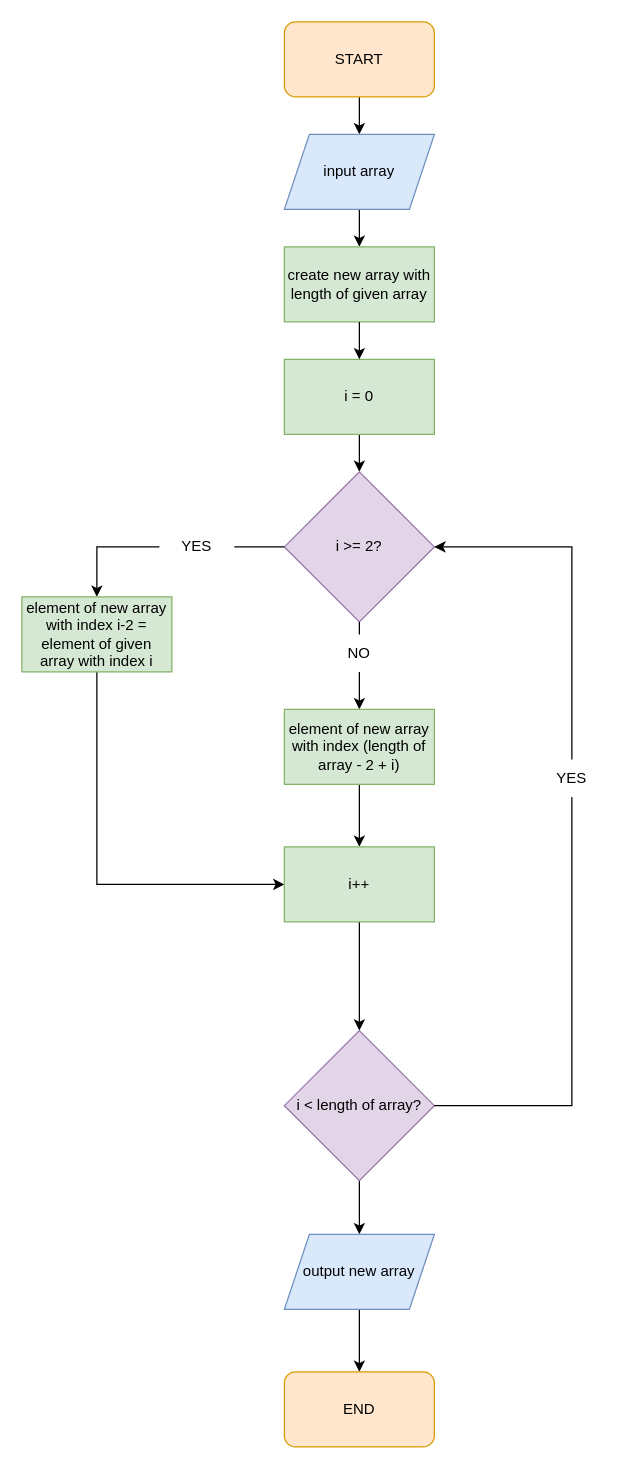
Earlier version of the draw.io diagram Untitled Diagram.drawio (fayto/HW2). Source tidied: cells renumbered, new cells numbered last; positions are measured from the earlier drawing's top-left corner, leaving out a move shared by most shapes. Both pictures are drawn from the tidied source at 125%, with x=0, y=0 at pixel (21, 21).
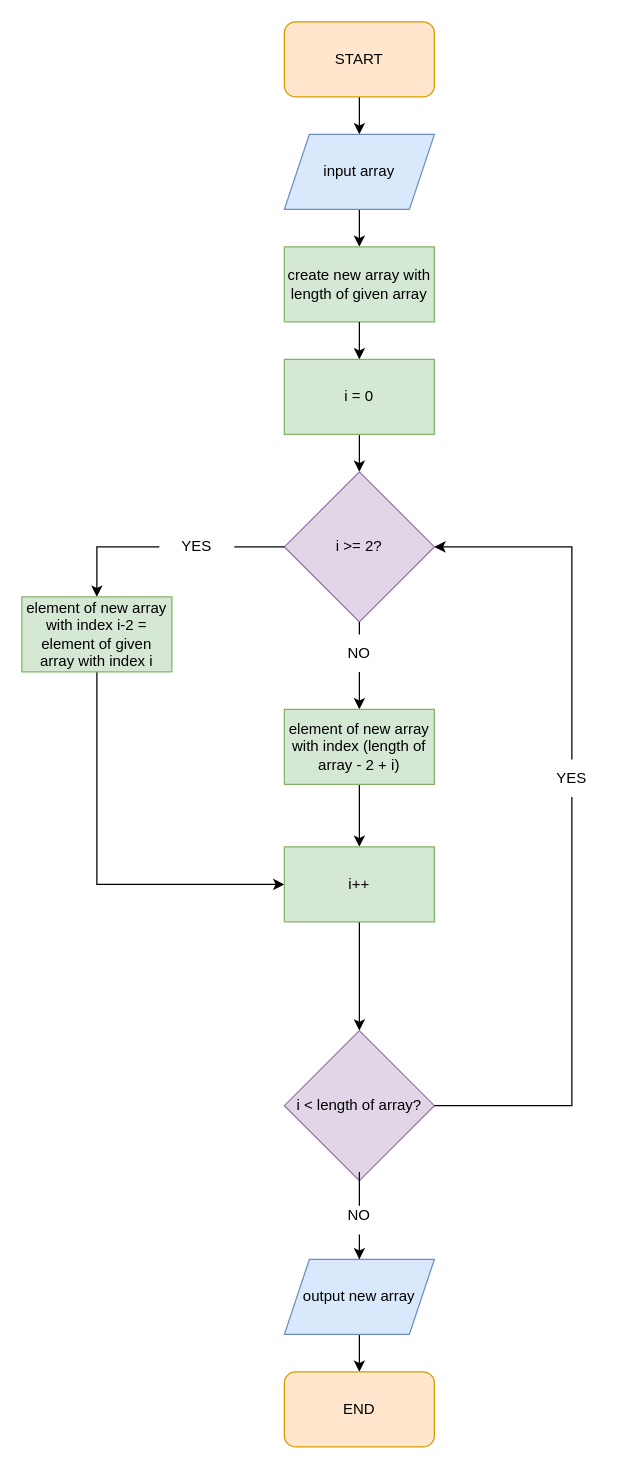
The same diagram, later.

Unchanged cells that the change refers to:
```xml
<mxCell id="24" value="i &amp;lt; length of array?" style="rhombus;whiteSpace=wrap;html=1;fillColor=#e1d5e7;strokeColor=#9673a6;" parent="1" vertex="1">
  <mxGeometry x="210" y="807" width="120" height="120" as="geometry" />
</mxCell>
```

Change to the diagram source:
```diff
@@
-    <mxCell id="23" style="edgeStyle=orthogonalEdgeStyle;rounded=0;jettySize=auto;html=1;exitX=0.5;exitY=1;exitDx=0;exitDy=0;" parent="1" edge="1" source="24" target="30">
+    <mxCell id="23" style="edgeStyle=orthogonalEdgeStyle;rounded=0;jettySize=auto;html=1;exitX=0.5;exitY=1;exitDx=0;exitDy=0;startArrow=none;" parent="1" edge="1" source="32" target="30">
       <mxGeometry relative="1" as="geometry" />
     </mxCell>
@@
     <mxCell id="30" value="output new array" style="shape=parallelogram;perimeter=parallelogramPerimeter;whiteSpace=wrap;html=1;fixedSize=1;fillColor=#dae8fc;strokeColor=#6c8ebf;" parent="1" vertex="1">
-      <mxGeometry x="210" y="970" width="120" height="60" as="geometry" />
+      <mxGeometry x="210" y="990" width="120" height="60" as="geometry" />
     </mxCell>
@@
+    <mxCell id="32" value="NO" style="text;html=1;strokeColor=none;fillColor=none;align=center;verticalAlign=middle;whiteSpace=wrap;rounded=0;" parent="1" vertex="1">
+      <mxGeometry x="240" y="940" width="60" height="30" as="geometry" />
+    </mxCell>
+    <mxCell id="33" style="edgeStyle=orthogonalEdgeStyle;rounded=0;jettySize=auto;html=1;exitX=0.5;exitY=1;exitDx=0;exitDy=0;endArrow=none;" parent="1" edge="1" source="24" target="32">
+      <mxGeometry relative="1" as="geometry" />
+    </mxCell>
```
